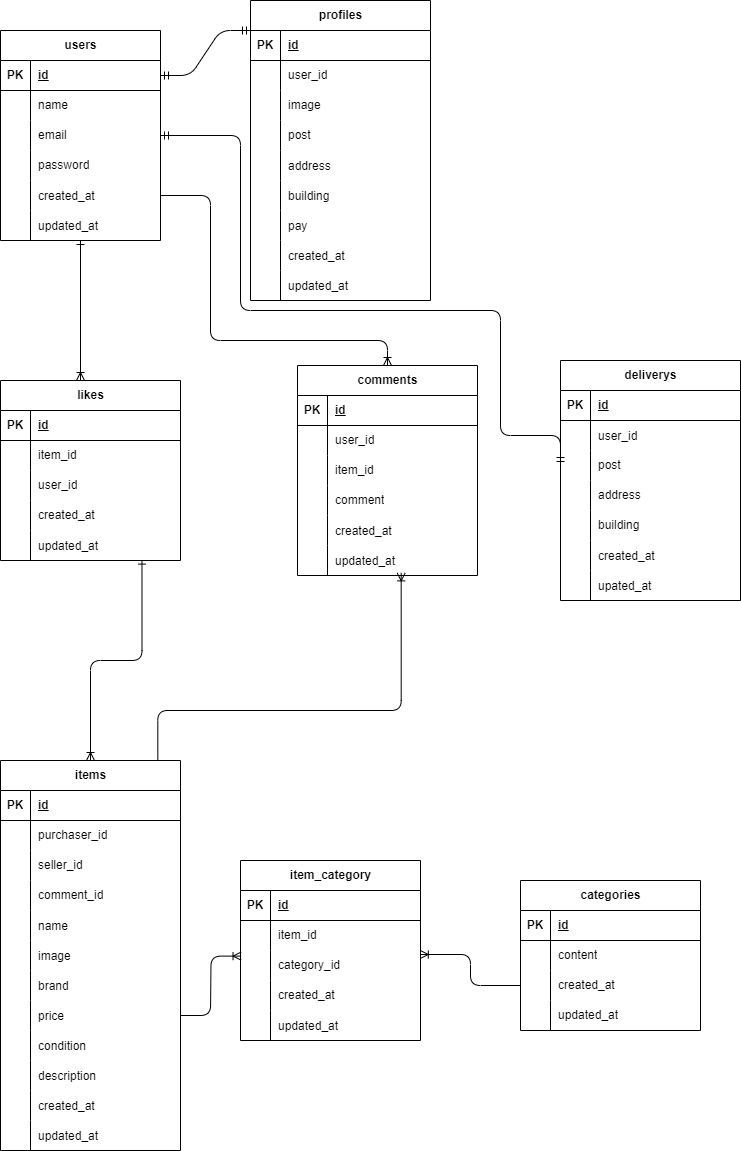
daiki-hayakawa17/frima keeps this draw.io diagram as frima.drawio.png. Above is the earlier version. Source tidied: cells renumbered, new cells last; positions are measured from the earlier drawing's top-left corner, leaving out a move shared by most shapes.
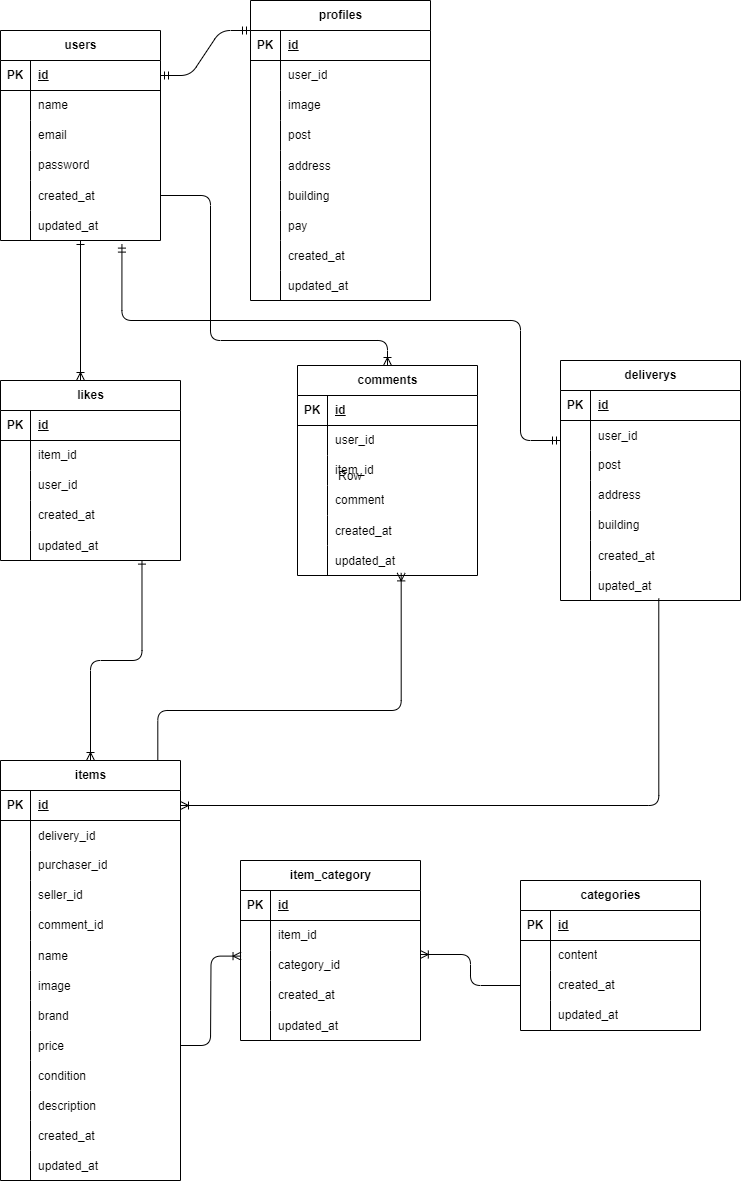
Above is the later version.

What changed in the source:
```diff
@@ -60,7 +60,7 @@
       <mxGeometry x="30" width="130" height="30" as="geometry" />
     </mxCell>
     <mxCell id="21" value="items" style="shape=table;startSize=30;rowLines=0;fontStyle=1;align=center;html=1;" parent="1" vertex="1">
-      <mxGeometry y="760" width="180" height="390" as="geometry" />
+      <mxGeometry y="760" width="180" height="420" as="geometry" />
     </mxCell>
     <mxCell id="22" style="shape=tableRow;horizontal=0;startSize=0;swimlaneHead=0;swimlaneBody=0;fillColor=none;points=[[0,0.5],[1,0.5]];portConstraint=eastwest;top=0;left=0;right=0;bottom=1;" parent="21" vertex="1">
       <mxGeometry y="30" width="180" height="30" as="geometry" />
@@ -71,8 +71,17 @@
     <mxCell id="24" value="id" style="shape=partialRectangle;fillColor=none;top=0;left=0;bottom=0;right=0;align=left;spacingLeft=6;fontStyle=5;overflow=hidden;whiteSpace=wrap;html=1;" parent="22" vertex="1">
       <mxGeometry x="30" width="150" height="30" as="geometry" />
     </mxCell>
+    <mxCell id="180" style="shape=tableRow;horizontal=0;startSize=0;swimlaneHead=0;swimlaneBody=0;fillColor=none;top=0;left=0;right=0;bottom=0;" parent="21" vertex="1">
+      <mxGeometry y="60" width="180" height="30" as="geometry" />
+    </mxCell>
+    <mxCell id="181" style="shape=partialRectangle;fillColor=none;top=0;left=0;bottom=0;right=0;overflow=hidden;" parent="180" vertex="1">
+      <mxGeometry width="30" height="30" as="geometry" />
+    </mxCell>
+    <mxCell id="182" value="delivery_id" style="shape=partialRectangle;fillColor=none;top=0;left=0;bottom=0;right=0;align=left;spacingLeft=6;overflow=hidden;" parent="180" vertex="1">
+      <mxGeometry x="30" width="150" height="30" as="geometry" />
+    </mxCell>
     <mxCell id="25" style="shape=tableRow;horizontal=0;startSize=0;swimlaneHead=0;swimlaneBody=0;fillColor=none;top=0;left=0;right=0;bottom=0;" parent="21" vertex="1">
-      <mxGeometry y="60" width="180" height="30" as="geometry" />
+      <mxGeometry y="90" width="180" height="30" as="geometry" />
     </mxCell>
     <mxCell id="26" style="shape=partialRectangle;fillColor=none;top=0;left=0;bottom=0;right=0;overflow=hidden;whiteSpace=wrap;html=1;" parent="25" vertex="1">
       <mxGeometry width="30" height="30" as="geometry" />
@@ -81,7 +90,7 @@
       <mxGeometry x="30" width="150" height="30" as="geometry" />
     </mxCell>
     <mxCell id="28" style="shape=tableRow;horizontal=0;startSize=0;swimlaneHead=0;swimlaneBody=0;fillColor=none;top=0;left=0;right=0;bottom=0;" parent="21" vertex="1">
-      <mxGeometry y="90" width="180" height="30" as="geometry" />
+      <mxGeometry y="120" width="180" height="30" as="geometry" />
     </mxCell>
     <mxCell id="29" style="shape=partialRectangle;fillColor=none;top=0;left=0;bottom=0;right=0;overflow=hidden;whiteSpace=wrap;html=1;" parent="28" vertex="1">
       <mxGeometry width="30" height="30" as="geometry" />
@@ -90,7 +99,7 @@
       <mxGeometry x="30" width="150" height="30" as="geometry" />
     </mxCell>
     <mxCell id="31" style="shape=tableRow;horizontal=0;startSize=0;swimlaneHead=0;swimlaneBody=0;fillColor=none;top=0;left=0;right=0;bottom=0;" parent="21" vertex="1">
-      <mxGeometry y="120" width="180" height="30" as="geometry" />
+      <mxGeometry y="150" width="180" height="30" as="geometry" />
     </mxCell>
     <mxCell id="32" style="shape=partialRectangle;fillColor=none;top=0;left=0;bottom=0;right=0;overflow=hidden;whiteSpace=wrap;html=1;" parent="31" vertex="1">
       <mxGeometry width="30" height="30" as="geometry" />
@@ -99,7 +108,7 @@
       <mxGeometry x="30" width="150" height="30" as="geometry" />
     </mxCell>
     <mxCell id="34" style="shape=tableRow;horizontal=0;startSize=0;swimlaneHead=0;swimlaneBody=0;fillColor=none;top=0;left=0;right=0;bottom=0;" parent="21" vertex="1">
-      <mxGeometry y="150" width="180" height="30" as="geometry" />
+      <mxGeometry y="180" width="180" height="30" as="geometry" />
     </mxCell>
     <mxCell id="35" style="shape=partialRectangle;fillColor=none;top=0;left=0;bottom=0;right=0;overflow=hidden;" parent="34" vertex="1">
       <mxGeometry width="30" height="30" as="geometry" />
@@ -108,7 +117,7 @@
       <mxGeometry x="30" width="150" height="30" as="geometry" />
     </mxCell>
     <mxCell id="37" style="shape=tableRow;horizontal=0;startSize=0;swimlaneHead=0;swimlaneBody=0;fillColor=none;top=0;left=0;right=0;bottom=0;" parent="21" vertex="1">
-      <mxGeometry y="180" width="180" height="30" as="geometry" />
+      <mxGeometry y="210" width="180" height="30" as="geometry" />
     </mxCell>
     <mxCell id="38" style="shape=partialRectangle;fillColor=none;top=0;left=0;bottom=0;right=0;overflow=hidden;" parent="37" vertex="1">
       <mxGeometry width="30" height="30" as="geometry" />
@@ -117,7 +126,7 @@
       <mxGeometry x="30" width="150" height="30" as="geometry" />
     </mxCell>
     <mxCell id="40" style="shape=tableRow;horizontal=0;startSize=0;swimlaneHead=0;swimlaneBody=0;fillColor=none;top=0;left=0;right=0;bottom=0;" parent="21" vertex="1">
-      <mxGeometry y="210" width="180" height="30" as="geometry" />
+      <mxGeometry y="240" width="180" height="30" as="geometry" />
     </mxCell>
     <mxCell id="41" style="shape=partialRectangle;fillColor=none;top=0;left=0;bottom=0;right=0;overflow=hidden;" parent="40" vertex="1">
       <mxGeometry width="30" height="30" as="geometry" />
@@ -126,7 +135,7 @@
       <mxGeometry x="30" width="150" height="30" as="geometry" />
     </mxCell>
     <mxCell id="43" style="shape=tableRow;horizontal=0;startSize=0;swimlaneHead=0;swimlaneBody=0;fillColor=none;points=[[0,0.5],[1,0.5]];portConstraint=eastwest;top=0;left=0;right=0;bottom=0;" parent="21" vertex="1">
-      <mxGeometry y="240" width="180" height="30" as="geometry" />
+      <mxGeometry y="270" width="180" height="30" as="geometry" />
     </mxCell>
     <mxCell id="44" style="shape=partialRectangle;fillColor=none;top=0;left=0;bottom=0;right=0;overflow=hidden;" parent="43" vertex="1">
       <mxGeometry width="30" height="30" as="geometry" />
@@ -135,7 +144,7 @@
       <mxGeometry x="30" width="150" height="30" as="geometry" />
     </mxCell>
     <mxCell id="46" style="shape=tableRow;horizontal=0;startSize=0;swimlaneHead=0;swimlaneBody=0;fillColor=none;top=0;left=0;right=0;bottom=0;" parent="21" vertex="1">
-      <mxGeometry y="270" width="180" height="30" as="geometry" />
+      <mxGeometry y="300" width="180" height="30" as="geometry" />
     </mxCell>
     <mxCell id="47" style="shape=partialRectangle;fillColor=none;top=0;left=0;bottom=0;right=0;overflow=hidden;" parent="46" vertex="1">
       <mxGeometry width="30" height="30" as="geometry" />
@@ -144,7 +153,7 @@
       <mxGeometry x="30" width="150" height="30" as="geometry" />
     </mxCell>
     <mxCell id="49" style="shape=tableRow;horizontal=0;startSize=0;swimlaneHead=0;swimlaneBody=0;fillColor=none;top=0;left=0;right=0;bottom=0;" parent="21" vertex="1">
-      <mxGeometry y="300" width="180" height="30" as="geometry" />
+      <mxGeometry y="330" width="180" height="30" as="geometry" />
     </mxCell>
     <mxCell id="50" style="shape=partialRectangle;fillColor=none;top=0;left=0;bottom=0;right=0;overflow=hidden;" parent="49" vertex="1">
       <mxGeometry width="30" height="30" as="geometry" />
@@ -153,7 +162,7 @@
       <mxGeometry x="30" width="150" height="30" as="geometry" />
     </mxCell>
     <mxCell id="52" style="shape=tableRow;horizontal=0;startSize=0;swimlaneHead=0;swimlaneBody=0;fillColor=none;top=0;left=0;right=0;bottom=0;" parent="21" vertex="1">
-      <mxGeometry y="330" width="180" height="30" as="geometry" />
+      <mxGeometry y="360" width="180" height="30" as="geometry" />
     </mxCell>
     <mxCell id="53" style="shape=partialRectangle;fillColor=none;top=0;left=0;bottom=0;right=0;overflow=hidden;" parent="52" vertex="1">
       <mxGeometry width="30" height="30" as="geometry" />
@@ -162,7 +171,7 @@
       <mxGeometry x="30" width="150" height="30" as="geometry" />
     </mxCell>
     <mxCell id="55" style="shape=tableRow;horizontal=0;startSize=0;swimlaneHead=0;swimlaneBody=0;fillColor=none;top=0;left=0;right=0;bottom=0;" parent="21" vertex="1">
-      <mxGeometry y="360" width="180" height="30" as="geometry" />
+      <mxGeometry y="390" width="180" height="30" as="geometry" />
     </mxCell>
     <mxCell id="56" style="shape=partialRectangle;fillColor=none;top=0;left=0;bottom=0;right=0;overflow=hidden;" parent="55" vertex="1">
       <mxGeometry width="30" height="30" as="geometry" />
@@ -549,15 +558,34 @@
     <mxCell id="178" style="edgeStyle=orthogonalEdgeStyle;fontSize=12;html=1;endArrow=ERoneToMany;entryX=0.999;entryY=0.133;entryDx=0;entryDy=0;entryPerimeter=0;exitX=0;exitY=0.5;exitDx=0;exitDy=0;" parent="1" edge="1" source="100" target="141">
       <mxGeometry relative="1" as="geometry" />
     </mxCell>
-    <mxCell id="179" style="edgeStyle=orthogonalEdgeStyle;fontSize=12;html=1;endArrow=ERmandOne;startArrow=ERmandOne;entryX=0;entryY=0.5;entryDx=0;entryDy=0;exitX=1;exitY=0.5;exitDx=0;exitDy=0;" parent="1" edge="1" source="9" target="157">
-      <mxGeometry relative="1" as="geometry">
-        <Array as="points">
-          <mxPoint x="240" y="135" />
-          <mxPoint x="240" y="310" />
-          <mxPoint x="500" y="310" />
-          <mxPoint x="500" y="435" />
-        </Array>
-      </mxGeometry>
-    </mxCell>
+    <mxCell id="183" style="edgeStyle=orthogonalEdgeStyle;fontSize=12;html=1;endArrow=ERoneToMany;exitX=0.546;exitY=0.933;exitDx=0;exitDy=0;exitPerimeter=0;entryX=1;entryY=0.5;entryDx=0;entryDy=0;" parent="1" edge="1" source="169" target="22">
+      <mxGeometry relative="1" as="geometry">
+        <Array as="points">
+          <mxPoint x="658" y="805" />
+        </Array>
+      </mxGeometry>
+    </mxCell>
+    <mxCell id="184" style="edgeStyle=orthogonalEdgeStyle;fontSize=12;html=1;endArrow=ERmandOne;startArrow=ERmandOne;exitX=0.759;exitY=1.12;exitDx=0;exitDy=0;exitPerimeter=0;" parent="1" edge="1" source="18">
+      <mxGeometry relative="1" as="geometry">
+        <mxPoint x="560" y="440" as="targetPoint" />
+        <Array as="points">
+          <mxPoint x="121" y="320" />
+          <mxPoint x="520" y="320" />
+          <mxPoint x="520" y="440" />
+        </Array>
+      </mxGeometry>
+    </mxCell>
+    <mxCell id="185" style="shape=table;startSize=0;rowLines=0;fontStyle=0;align=center;strokeColor=none;fillColor=none;whiteSpace=wrap;html=1;" parent="1" vertex="1">
+      <mxGeometry x="300" y="460" width="180" height="30" as="geometry" />
+    </mxCell>
+    <mxCell id="186" style="shape=tableRow;horizontal=0;startSize=0;swimlaneHead=0;swimlaneBody=0;fillColor=none;top=0;left=0;right=0;bottom=0;" parent="185" vertex="1">
+      <mxGeometry width="180" height="30" as="geometry" />
+    </mxCell>
+    <mxCell id="187" style="shape=partialRectangle;fillColor=none;top=0;left=0;bottom=0;right=0;overflow=hidden;" parent="186" vertex="1">
+      <mxGeometry width="30" height="30" as="geometry" />
+    </mxCell>
+    <mxCell id="188" value="Row" style="shape=partialRectangle;fillColor=none;top=0;left=0;bottom=0;right=0;align=left;spacingLeft=6;overflow=hidden;" parent="186" vertex="1">
+      <mxGeometry x="30" width="150" height="30" as="geometry" />
+    </mxCell>
   </root>
 </mxGraphModel>
```
